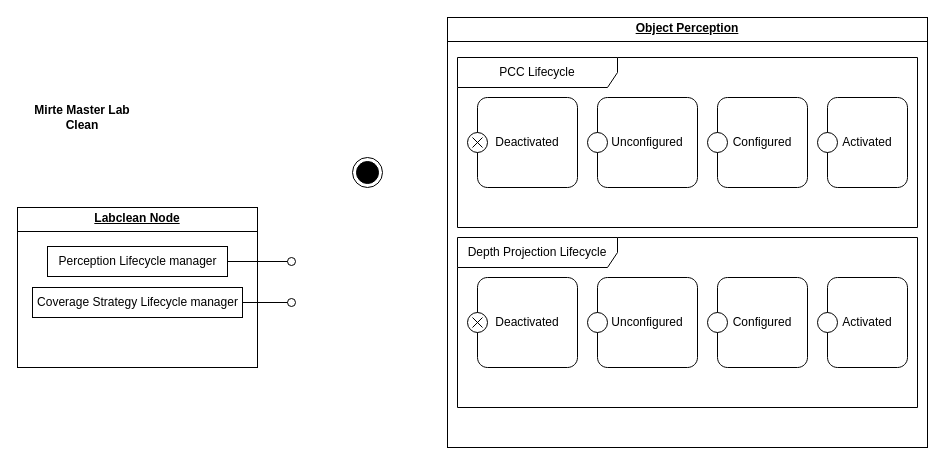
Earlier version of the draw.io diagram page "Page-5" (6 of 6) of assets/Lab_Clean.drawio (machine0herald/Mirte_Lab_Clean). Source tidied: cells renumbered, new cells numbered last; positions are measured from the earlier drawing's top-left corner, leaving out a move shared by most shapes. Both pictures are drawn from the tidied source at 100%, with x=0, y=0 at pixel (17, 17).
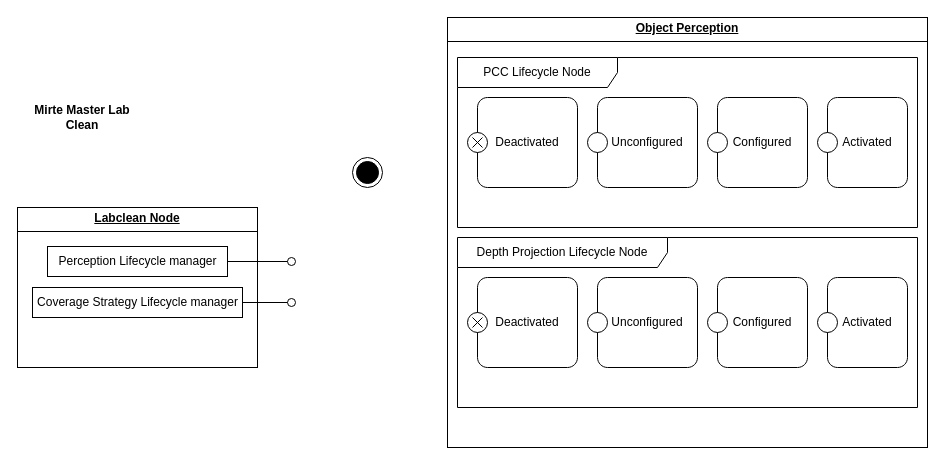
After the change.

What changed in the source:
```diff
@@
-    <mxCell id="14" value="PCC Lifecycle" style="shape=umlFrame;whiteSpace=wrap;html=1;width=160;" parent="1" vertex="1">
+    <mxCell id="14" value="PCC Lifecycle Node" style="shape=umlFrame;whiteSpace=wrap;html=1;width=160;" parent="1" vertex="1">
       <mxGeometry x="440" y="40" width="460" height="170" as="geometry" />
     </mxCell>
@@
-    <mxCell id="19" value="Depth Projection Lifecycle" style="shape=umlFrame;whiteSpace=wrap;html=1;width=160;" parent="1" vertex="1">
+    <mxCell id="19" value="Depth Projection Lifecycle Node" style="shape=umlFrame;whiteSpace=wrap;html=1;width=210;height=30;" parent="1" vertex="1">
       <mxGeometry x="440" y="220" width="460" height="170" as="geometry" />
     </mxCell>
```
